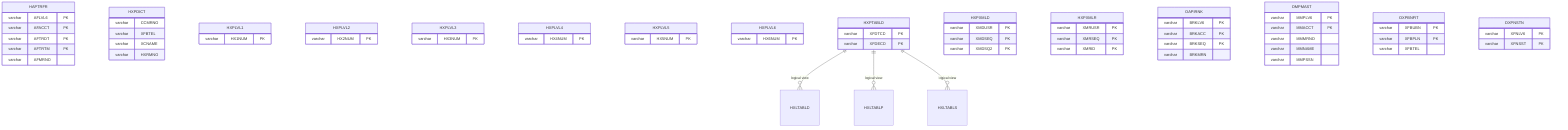
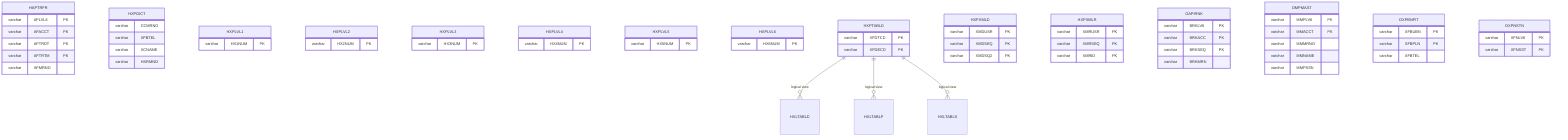
- %%{init: {"er": {"diagramPadding": 40}}}%%
+ %%{init: {"er": {"diagramPadding": 40, "layoutDirection": "TB", "minEntityWidth": 140, "minEntityHeight": 90, "entityPadding": 20}}}%%
%% Database Entity-Relationship Diagram
erDiagram
    HAPTRFR {
        varchar AFLVL6 PK
        varchar AFACCT PK
        varchar AFTRDT PK
        varchar AFTRTM PK
        varchar AFMRNO
    }
    HXPDICT {
        varchar CCMRNO
        varchar XFBTEL
        varchar XCNAME
        varchar HXRMNO
    }
    HXPLVL1 {
        varchar HX1NUM PK
    }
    HXPLVL2 {
        varchar HX2NUM PK
    }
    HXPLVL3 {
        varchar HX3NUM PK
    }
    HXPLVL4 {
        varchar HX4NUM PK
    }
    HXPLVL5 {
        varchar HX5NUM PK
    }
    HXPLVL6 {
        varchar HX6NUM PK
    }
    HXPTABLD {
        varchar XFDTCD PK
        varchar XFDECD PK
    }
    HXPXMLD {
        varchar XMDUSR PK
        varchar XMDSEQ PK
        varchar XMDSQ2 PK
    }
    HXPXMLR {
        varchar XMRUSR PK
        varchar XMRSEQ PK
        varchar XMRID PK
    }
    OAPIRNK {
        varchar BRKLV6 PK
        varchar BRKACC PK
        varchar BRKSEQ PK
        varchar BRKMRN
    }
    OMPMAST {
        varchar MMPLV6 PK
        varchar MMACCT PK
        varchar MMMRNO
        varchar MMNAME
        varchar MMPSSN
    }
    OXPBNFIT {
        varchar XFBUBN PK
        varchar XFBPLN PK
        varchar XFBTEL
    }
    OXPNSTN {
        varchar XFNLV6 PK
        varchar XFNSST PK
    }
    HXPTABLD ||--o{ HXLTABLD : "logical view"
    HXPTABLD ||--o{ HXLTABLP : "logical view"
    HXPTABLD ||--o{ HXLTABLS : "logical view"